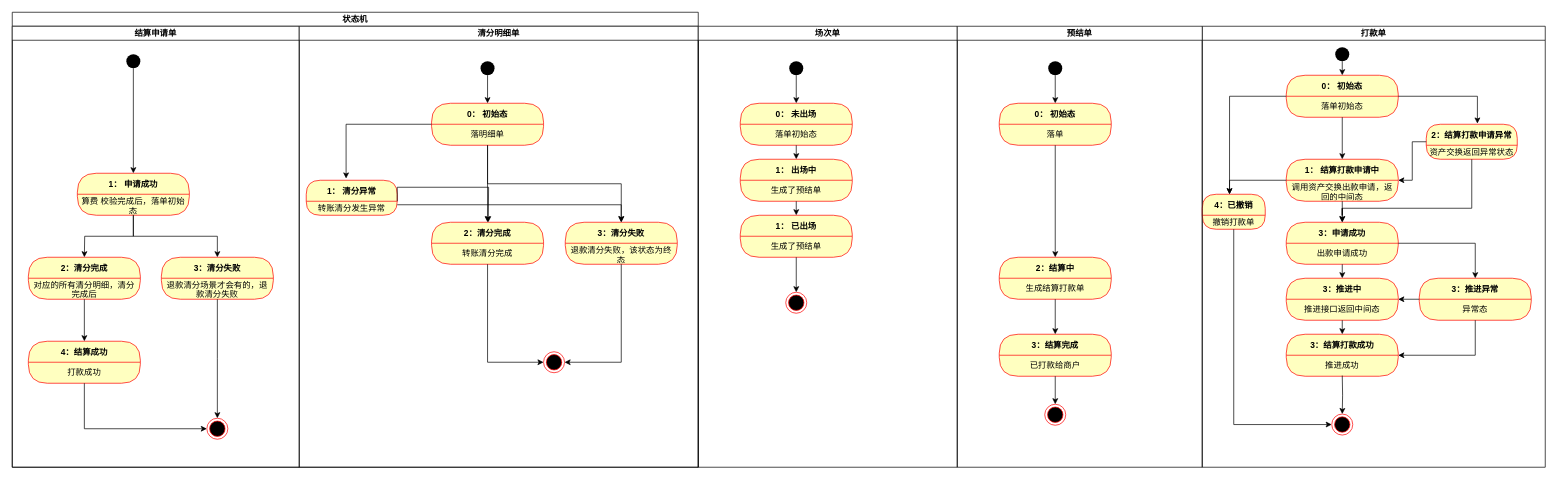
Above: merchant-settle/状态机.drawio in DominicElvira/Diagrams (draw.io), before the change. Source tidied: cells renumbered, new cells numbered last; positions are measured from the earlier drawing's top-left corner, leaving out a move shared by most shapes. Both pictures are drawn from the tidied source at 70%, with x=0, y=0 at pixel (12, 12).
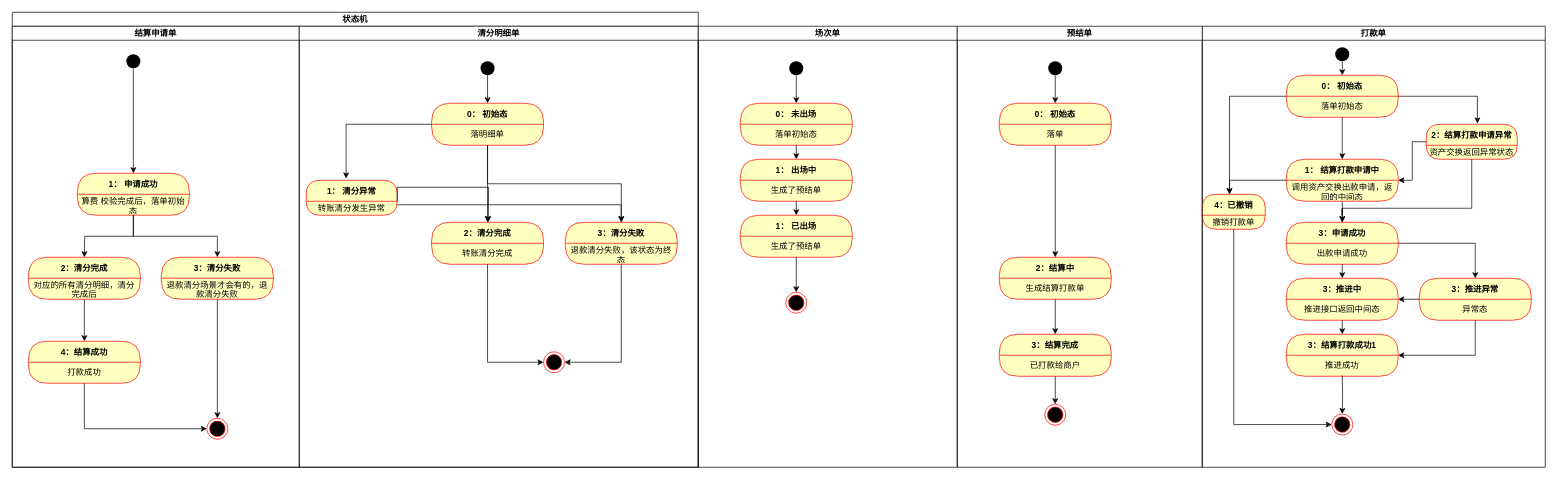
The same diagram, later.

Unchanged cells that the change refers to:
```xml
<mxCell id="49" value="打款单" style="swimlane;startSize=20;" parent="1" vertex="1">
  <mxGeometry x="1700" y="20" width="490" height="630" as="geometry" />
</mxCell>
```

Change to the diagram source:
```diff
@@
-    <mxCell id="60" value="3：结算打款成功" style="swimlane;fontStyle=1;align=center;verticalAlign=middle;horizontal=1;startSize=30;fontColor=#000000;rounded=1;arcSize=30;strokeColor=#ff0000;fillColor=#ffffc0;swimlaneFillColor=#ffffc0;" parent="49" vertex="1">
+    <mxCell id="60" value="3：结算打款成功1" style="swimlane;fontStyle=1;align=center;verticalAlign=middle;horizontal=1;startSize=30;fontColor=#000000;rounded=1;arcSize=30;strokeColor=#ff0000;fillColor=#ffffc0;swimlaneFillColor=#ffffc0;" parent="49" vertex="1">
       <mxGeometry x="120" y="440" width="160" height="60" as="geometry" />
     </mxCell>
```
